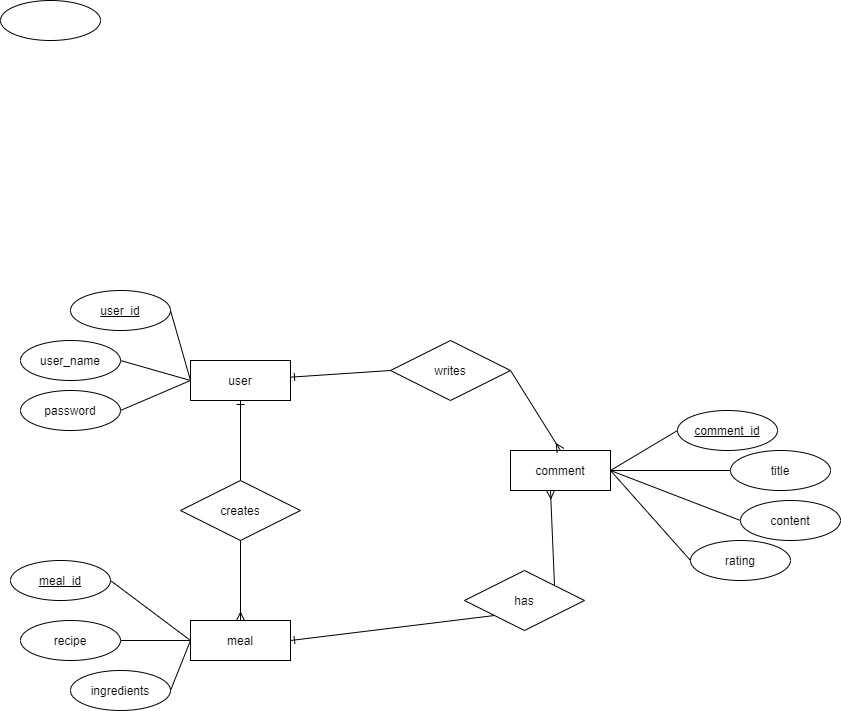
Above: entityRelation.png in mad-prog/Chef-Express (draw.io), before the change. Source tidied: cells renumbered, new cells last; positions are measured from the earlier drawing's top-left corner, leaving out a move shared by most shapes.
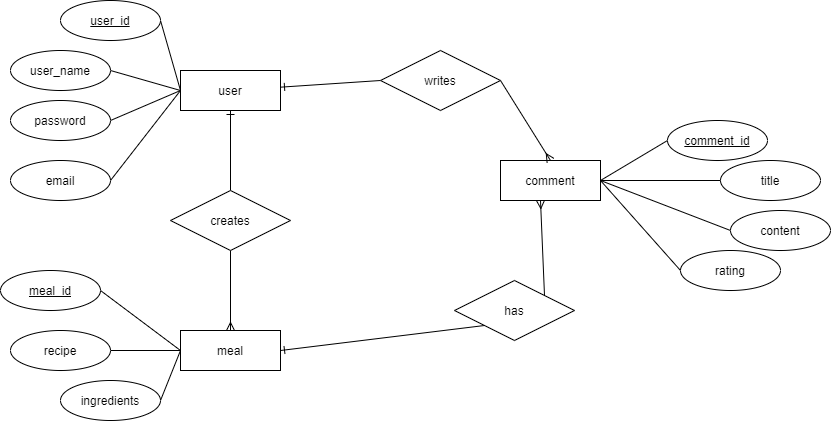
The same diagram one commit later.

Commit message:
chef tables entityRelation.png

What changed in the source:
```diff
@@ -8,6 +8,9 @@
     <mxCell id="3" value="user_id" style="ellipse;whiteSpace=wrap;html=1;align=center;fontStyle=4;" parent="1" vertex="1">
       <mxGeometry x="70" y="290" width="100" height="40" as="geometry" />
     </mxCell>
+    <mxCell id="35" style="rounded=0;jettySize=auto;html=1;exitX=0;exitY=0.5;exitDx=0;exitDy=0;entryX=1;entryY=0.5;entryDx=0;entryDy=0;endArrow=none;endFill=0;" parent="1" edge="1" source="4" target="36">
+      <mxGeometry relative="1" as="geometry" />
+    </mxCell>
     <mxCell id="4" value="user" style="whiteSpace=wrap;html=1;align=center;" parent="1" vertex="1">
       <mxGeometry x="190" y="360" width="100" height="40" as="geometry" />
     </mxCell>
@@ -26,9 +29,6 @@
     <mxCell id="9" value="comment" style="whiteSpace=wrap;html=1;align=center;" parent="1" vertex="1">
       <mxGeometry x="510" y="450" width="100" height="40" as="geometry" />
     </mxCell>
-    <mxCell id="10" style="ellipse;whiteSpace=wrap;html=1;align=center;" parent="1" vertex="1">
-      <mxGeometry width="100" height="40" as="geometry" />
-    </mxCell>
     <mxCell id="11" value="recipe" style="ellipse;whiteSpace=wrap;html=1;align=center;" parent="1" vertex="1">
       <mxGeometry x="20" y="620" width="100" height="40" as="geometry" />
     </mxCell>
@@ -101,5 +101,8 @@
     <mxCell id="34" value="rating" style="ellipse;whiteSpace=wrap;html=1;align=center;" parent="1" vertex="1">
       <mxGeometry x="690" y="540" width="100" height="40" as="geometry" />
     </mxCell>
+    <mxCell id="36" value="email" style="ellipse;whiteSpace=wrap;html=1;align=center;" parent="1" vertex="1">
+      <mxGeometry x="20" y="450" width="100" height="40" as="geometry" />
+    </mxCell>
   </root>
 </mxGraphModel>
```
